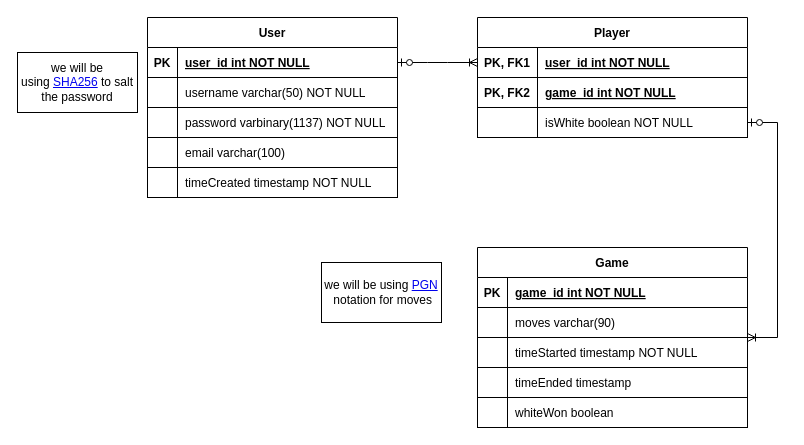
Above: public/nea/Designed SQL.drawio in Ultrasonic1209/chess-app-frontend (draw.io), before the change. Source tidied: cells renumbered, new cells numbered last; positions are measured from the earlier drawing's top-left corner, leaving out a move shared by most shapes. Both pictures are drawn from the tidied source at 100%, with x=0, y=0 at pixel (17, 17).
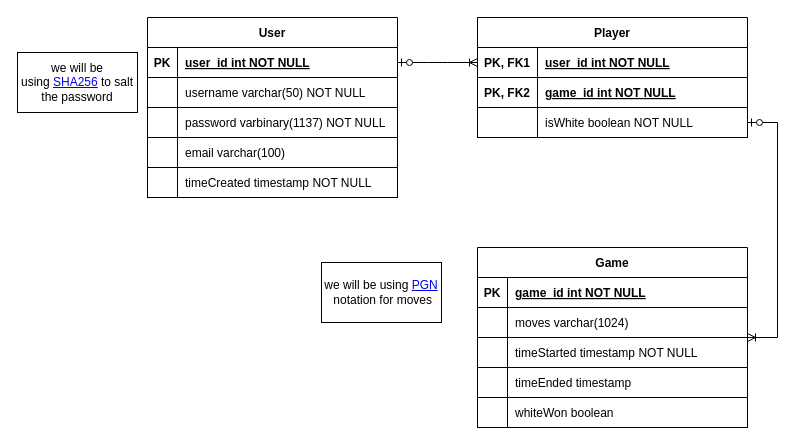
The same page after the edit.

The change refers to these unchanged cells:
```xml
<mxCell id="33" style="shape=partialRectangle;fillColor=none;top=0;left=0;right=0;bottom=1;" parent="29" vertex="1">
  <mxGeometry y="60" width="270" height="30" as="geometry" />
</mxCell>
```

Change to the diagram source:
```diff
@@
-    <mxCell id="35" value="moves varchar(90)" style="shape=partialRectangle;overflow=hidden;fillColor=none;top=0;left=0;bottom=0;right=0;align=left;spacingLeft=6;fontStyle=0;" parent="33" vertex="1">
+    <mxCell id="35" value="moves varchar(1024)" style="shape=partialRectangle;overflow=hidden;fillColor=none;top=0;left=0;bottom=0;right=0;align=left;spacingLeft=6;fontStyle=0;" parent="33" vertex="1">
       <mxGeometry x="30" width="240" height="30" as="geometry" />
     </mxCell>
```
